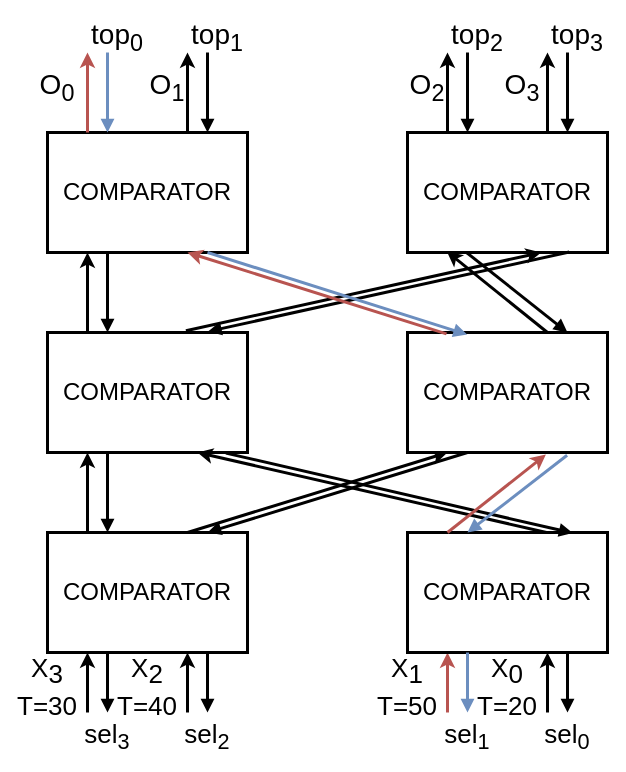
Above: page "Page-1" (1 of 4) of write/figures/sort4.drawio in UM-PCL/biton (draw.io), before the change. Source tidied: cells renumbered, new cells numbered last; positions are measured from the earlier drawing's top-left corner, leaving out a move shared by most shapes. Both pictures are drawn from the tidied source at 100%, with x=0, y=0 at pixel (17, 22).
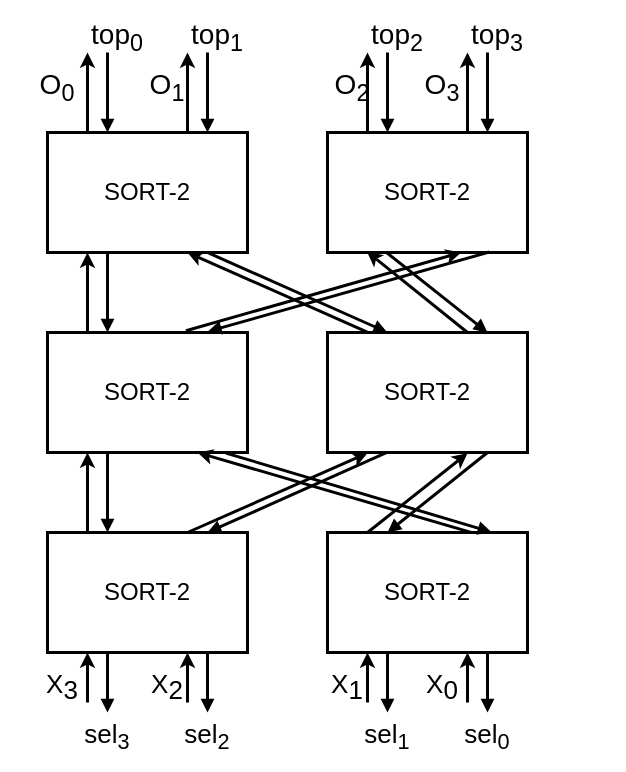
The same page after the edit.

What changed in the source:
```diff
@@
-    <mxCell id="2" value="COMPARATOR" style="rounded=0;whiteSpace=wrap;html=1;strokeWidth=3;fontSize=24;" parent="1" vertex="1">
+    <mxCell id="2" value="SORT-2" style="rounded=0;whiteSpace=wrap;html=1;strokeWidth=3;fontSize=24;" parent="1" vertex="1">
       <mxGeometry x="30" y="310" width="200" height="120" as="geometry" />
     </mxCell>
-    <mxCell id="3" style="rounded=0;orthogonalLoop=1;jettySize=auto;html=1;exitX=0.75;exitY=0;exitDx=0;exitDy=0;entryX=0.25;entryY=1;entryDx=0;entryDy=0;strokeWidth=3;fontSize=24;" parent="1" edge="1">
+    <mxCell id="3" style="rounded=0;jettySize=auto;html=1;exitX=0.75;exitY=0;exitDx=0;exitDy=0;entryX=0.2;entryY=1.005;entryDx=0;entryDy=0;strokeWidth=3;fontSize=24;entryPerimeter=0;" parent="1" edge="1" target="12">
       <mxGeometry relative="1" as="geometry">
         <mxPoint x="170" y="510" as="sourcePoint" />
-        <mxPoint x="430" y="430" as="targetPoint" />
       </mxGeometry>
     </mxCell>
@@
     <mxCell id="5" style="edgeStyle=orthogonalEdgeStyle;rounded=0;orthogonalLoop=1;jettySize=auto;html=1;exitX=0.25;exitY=1;exitDx=0;exitDy=0;startArrow=classic;startFill=1;endArrow=none;endFill=0;strokeWidth=3;fontSize=24;" parent="1" edge="1">
       <mxGeometry relative="1" as="geometry">
         <mxPoint x="70" y="630" as="sourcePoint" />
-        <mxPoint x="70" y="690" as="targetPoint" />
+        <mxPoint x="70" y="680" as="targetPoint" />
       </mxGeometry>
     </mxCell>
     <mxCell id="6" style="edgeStyle=orthogonalEdgeStyle;rounded=0;orthogonalLoop=1;jettySize=auto;html=1;exitX=0.75;exitY=1;exitDx=0;exitDy=0;startArrow=classic;startFill=1;endArrow=none;endFill=0;strokeWidth=3;fontSize=24;" parent="1" edge="1">
       <mxGeometry relative="1" as="geometry">
         <mxPoint x="170" y="630" as="sourcePoint" />
-        <mxPoint x="170" y="690" as="targetPoint" />
+        <mxPoint x="170" y="680" as="targetPoint" />
       </mxGeometry>
     </mxCell>
-    <mxCell id="7" value="COMPARATOR" style="rounded=0;whiteSpace=wrap;html=1;strokeWidth=3;fontSize=24;" parent="1" vertex="1">
+    <mxCell id="7" value="SORT-2" style="rounded=0;whiteSpace=wrap;html=1;strokeWidth=3;fontSize=24;" parent="1" vertex="1">
       <mxGeometry x="30" y="510" width="200" height="120" as="geometry" />
     </mxCell>
-    <mxCell id="8" style="edgeStyle=orthogonalEdgeStyle;rounded=0;orthogonalLoop=1;jettySize=auto;html=1;exitX=0.25;exitY=1;exitDx=0;exitDy=0;startArrow=classic;startFill=1;endArrow=none;endFill=0;fillColor=#e51400;strokeColor=#B85450;strokeWidth=3;fontSize=24;" parent="1" edge="1">
+    <mxCell id="8" style="edgeStyle=orthogonalEdgeStyle;rounded=0;orthogonalLoop=1;jettySize=auto;html=1;exitX=0.25;exitY=1;exitDx=0;exitDy=0;startArrow=classic;startFill=1;endArrow=none;endFill=0;fillColor=#e51400;strokeColor=#000000;strokeWidth=3;fontSize=24;" parent="1" edge="1">
       <mxGeometry relative="1" as="geometry">
-        <mxPoint x="430" y="630" as="sourcePoint" />
-        <mxPoint x="430" y="690" as="targetPoint" />
+        <mxPoint x="350" y="630" as="sourcePoint" />
+        <mxPoint x="350" y="680" as="targetPoint" />
       </mxGeometry>
     </mxCell>
     <mxCell id="9" style="edgeStyle=orthogonalEdgeStyle;rounded=0;orthogonalLoop=1;jettySize=auto;html=1;exitX=0.75;exitY=1;exitDx=0;exitDy=0;startArrow=classic;startFill=1;endArrow=none;endFill=0;strokeWidth=3;fontSize=24;" parent="1" edge="1">
       <mxGeometry relative="1" as="geometry">
-        <mxPoint x="530" y="630" as="sourcePoint" />
-        <mxPoint x="530" y="690" as="targetPoint" />
+        <mxPoint x="450" y="630" as="sourcePoint" />
+        <mxPoint x="450" y="680" as="targetPoint" />
       </mxGeometry>
     </mxCell>
-    <mxCell id="10" value="COMPARATOR" style="rounded=0;whiteSpace=wrap;html=1;strokeWidth=3;fontSize=24;" parent="1" vertex="1">
-      <mxGeometry x="390" y="510" width="200" height="120" as="geometry" />
+    <mxCell id="10" value="SORT-2" style="rounded=0;whiteSpace=wrap;html=1;strokeWidth=3;fontSize=24;" parent="1" vertex="1">
+      <mxGeometry x="310" y="510" width="200" height="120" as="geometry" />
     </mxCell>
-    <mxCell id="11" style="rounded=0;jettySize=auto;html=1;exitX=0.75;exitY=0;exitDx=0;exitDy=0;entryX=0.75;entryY=1;entryDx=0;entryDy=0;strokeWidth=3;fontSize=24;" parent="1" edge="1" target="2">
-      <mxGeometry relative="1" as="geometry">
-        <mxPoint x="529" y="510" as="sourcePoint" />
-      </mxGeometry>
+    <mxCell id="11" style="rounded=0;jettySize=auto;html=1;exitX=0.718;exitY=-0.001;exitDx=0;exitDy=0;entryX=0.75;entryY=1;entryDx=0;entryDy=0;strokeWidth=3;fontSize=24;exitPerimeter=0;" parent="1" edge="1" source="10" target="2">
+      <mxGeometry relative="1" as="geometry" />
     </mxCell>
-    <mxCell id="12" value="COMPARATOR" style="rounded=0;whiteSpace=wrap;html=1;strokeWidth=3;fontSize=24;" parent="1" vertex="1">
-      <mxGeometry x="390" y="310" width="200" height="120" as="geometry" />
+    <mxCell id="12" value="SORT-2" style="rounded=0;whiteSpace=wrap;html=1;strokeWidth=3;fontSize=24;" parent="1" vertex="1">
+      <mxGeometry x="310" y="310" width="200" height="120" as="geometry" />
     </mxCell>
@@
-    <mxCell id="14" value="COMPARATOR" style="rounded=0;whiteSpace=wrap;html=1;strokeWidth=3;fontSize=24;" parent="1" vertex="1">
-      <mxGeometry x="390" y="110" width="200" height="120" as="geometry" />
+    <mxCell id="14" value="SORT-2" style="rounded=0;whiteSpace=wrap;html=1;strokeWidth=3;fontSize=24;" parent="1" vertex="1">
+      <mxGeometry x="310" y="110" width="200" height="120" as="geometry" />
     </mxCell>
-    <mxCell id="15" value="COMPARATOR" style="rounded=0;whiteSpace=wrap;html=1;strokeWidth=3;fontSize=24;" parent="1" vertex="1">
+    <mxCell id="15" value="SORT-2" style="rounded=0;whiteSpace=wrap;html=1;strokeWidth=3;fontSize=24;" parent="1" vertex="1">
       <mxGeometry x="30" y="110" width="200" height="120" as="geometry" />
     </mxCell>
-    <mxCell id="16" style="edgeStyle=orthogonalEdgeStyle;rounded=0;orthogonalLoop=1;jettySize=auto;html=1;exitX=0.25;exitY=0;exitDx=0;exitDy=0;entryX=0.25;entryY=1;entryDx=0;entryDy=0;fillColor=#e51400;strokeColor=#B85450;strokeWidth=3;fontSize=24;" parent="1" edge="1">
+    <mxCell id="16" style="edgeStyle=orthogonalEdgeStyle;rounded=0;orthogonalLoop=1;jettySize=auto;html=1;exitX=0.25;exitY=0;exitDx=0;exitDy=0;entryX=0.25;entryY=1;entryDx=0;entryDy=0;fillColor=#e51400;strokeColor=#000000;strokeWidth=3;fontSize=24;" parent="1" edge="1">
       <mxGeometry relative="1" as="geometry">
         <mxPoint x="70" y="110" as="sourcePoint" />
         <mxPoint x="70" y="30" as="targetPoint" />
       </mxGeometry>
     </mxCell>
@@
     <mxCell id="18" style="edgeStyle=orthogonalEdgeStyle;rounded=0;orthogonalLoop=1;jettySize=auto;html=1;exitX=0.25;exitY=0;exitDx=0;exitDy=0;entryX=0.25;entryY=1;entryDx=0;entryDy=0;strokeWidth=3;fontSize=24;" parent="1" edge="1">
       <mxGeometry relative="1" as="geometry">
-        <mxPoint x="430" y="110" as="sourcePoint" />
-        <mxPoint x="430" y="30" as="targetPoint" />
+        <mxPoint x="350" y="110" as="sourcePoint" />
+        <mxPoint x="350" y="30" as="targetPoint" />
       </mxGeometry>
     </mxCell>
     <mxCell id="19" style="edgeStyle=orthogonalEdgeStyle;rounded=0;orthogonalLoop=1;jettySize=auto;html=1;exitX=0.75;exitY=0;exitDx=0;exitDy=0;entryX=0.75;entryY=1;entryDx=0;entryDy=0;strokeWidth=3;fontSize=24;" parent="1" edge="1">
       <mxGeometry relative="1" as="geometry">
-        <mxPoint x="530" y="110" as="sourcePoint" />
-        <mxPoint x="530" y="30" as="targetPoint" />
+        <mxPoint x="450" y="110" as="sourcePoint" />
+        <mxPoint x="450" y="30" as="targetPoint" />
       </mxGeometry>
     </mxCell>
-    <mxCell id="20" style="rounded=0;orthogonalLoop=1;jettySize=auto;html=1;exitX=0.75;exitY=0;exitDx=0;exitDy=0;entryX=0.25;entryY=1;entryDx=0;entryDy=0;startArrow=block;startFill=1;endArrow=none;endFill=0;strokeWidth=3;fontSize=24;" parent="1" edge="1">
+    <mxCell id="20" style="rounded=0;jettySize=auto;html=1;exitX=0.75;exitY=0;exitDx=0;exitDy=0;entryX=0.3;entryY=0.997;entryDx=0;entryDy=0;startArrow=block;startFill=1;endArrow=none;endFill=0;strokeWidth=3;fontSize=24;entryPerimeter=0;" parent="1" edge="1" target="12">
       <mxGeometry relative="1" as="geometry">
         <mxPoint x="190" y="510" as="sourcePoint" />
-        <mxPoint x="450" y="430" as="targetPoint" />
       </mxGeometry>
     </mxCell>
@@
-    <mxCell id="24" style="rounded=0;jettySize=auto;html=1;exitX=0.826;exitY=0.005;exitDx=0;exitDy=0;entryX=0.892;entryY=1.005;entryDx=0;entryDy=0;startArrow=block;startFill=1;endArrow=none;endFill=0;strokeWidth=3;fontSize=24;entryPerimeter=0;exitPerimeter=0;" parent="1" edge="1" source="10" target="2">
+    <mxCell id="24" style="rounded=0;jettySize=auto;html=1;exitX=0.82;exitY=-0.003;exitDx=0;exitDy=0;entryX=0.892;entryY=1.005;entryDx=0;entryDy=0;startArrow=block;startFill=1;endArrow=none;endFill=0;strokeWidth=3;fontSize=24;entryPerimeter=0;exitPerimeter=0;" parent="1" edge="1" source="10" target="2">
       <mxGeometry relative="1" as="geometry" />
     </mxCell>
-    <mxCell id="25" style="edgeStyle=orthogonalEdgeStyle;rounded=0;orthogonalLoop=1;jettySize=auto;html=1;exitX=0.25;exitY=1;exitDx=0;exitDy=0;startArrow=none;startFill=0;endArrow=block;endFill=1;fillColor=#0050ef;strokeColor=#6C8EBF;strokeWidth=3;fontSize=24;" parent="1" edge="1">
+    <mxCell id="25" style="edgeStyle=orthogonalEdgeStyle;rounded=0;orthogonalLoop=1;jettySize=auto;html=1;exitX=0.25;exitY=1;exitDx=0;exitDy=0;startArrow=none;startFill=0;endArrow=block;endFill=1;fillColor=#0050ef;strokeColor=#000000;strokeWidth=3;fontSize=24;" parent="1" edge="1">
       <mxGeometry relative="1" as="geometry">
-        <mxPoint x="450" y="630" as="sourcePoint" />
-        <mxPoint x="450" y="690" as="targetPoint" />
+        <mxPoint x="370" y="630" as="sourcePoint" />
+        <mxPoint x="370" y="690" as="targetPoint" />
       </mxGeometry>
     </mxCell>
     <mxCell id="26" style="edgeStyle=orthogonalEdgeStyle;rounded=0;orthogonalLoop=1;jettySize=auto;html=1;exitX=0.75;exitY=1;exitDx=0;exitDy=0;startArrow=none;startFill=0;endArrow=block;endFill=1;strokeWidth=3;fontSize=24;" parent="1" edge="1">
       <mxGeometry relative="1" as="geometry">
-        <mxPoint x="550" y="630" as="sourcePoint" />
-        <mxPoint x="550" y="690" as="targetPoint" />
+        <mxPoint x="470" y="630" as="sourcePoint" />
+        <mxPoint x="470" y="690" as="targetPoint" />
       </mxGeometry>
     </mxCell>
@@
-    <mxCell id="28" style="edgeStyle=orthogonalEdgeStyle;rounded=0;orthogonalLoop=1;jettySize=auto;html=1;exitX=0.25;exitY=0;exitDx=0;exitDy=0;entryX=0.25;entryY=1;entryDx=0;entryDy=0;startArrow=block;startFill=1;endArrow=none;endFill=0;fillColor=#0050ef;strokeColor=#6C8EBF;strokeWidth=3;fontSize=24;" parent="1" edge="1">
+    <mxCell id="28" style="edgeStyle=orthogonalEdgeStyle;rounded=0;orthogonalLoop=1;jettySize=auto;html=1;exitX=0.25;exitY=0;exitDx=0;exitDy=0;entryX=0.25;entryY=1;entryDx=0;entryDy=0;startArrow=block;startFill=1;endArrow=none;endFill=0;fillColor=#0050ef;strokeColor=#000000;strokeWidth=3;fontSize=24;" parent="1" edge="1">
       <mxGeometry relative="1" as="geometry">
         <mxPoint x="90" y="110" as="sourcePoint" />
         <mxPoint x="90" y="30" as="targetPoint" />
       </mxGeometry>
     </mxCell>
@@
     <mxCell id="30" style="edgeStyle=orthogonalEdgeStyle;rounded=0;orthogonalLoop=1;jettySize=auto;html=1;exitX=0.25;exitY=0;exitDx=0;exitDy=0;entryX=0.25;entryY=1;entryDx=0;entryDy=0;startArrow=block;startFill=1;endArrow=none;endFill=0;strokeWidth=3;fontSize=24;" parent="1" edge="1">
       <mxGeometry relative="1" as="geometry">
-        <mxPoint x="450" y="110" as="sourcePoint" />
-        <mxPoint x="450" y="30" as="targetPoint" />
+        <mxPoint x="370" y="110" as="sourcePoint" />
+        <mxPoint x="370" y="30" as="targetPoint" />
       </mxGeometry>
     </mxCell>
     <mxCell id="31" style="edgeStyle=orthogonalEdgeStyle;rounded=0;orthogonalLoop=1;jettySize=auto;html=1;exitX=0.75;exitY=0;exitDx=0;exitDy=0;entryX=0.75;entryY=1;entryDx=0;entryDy=0;startArrow=block;startFill=1;endArrow=none;endFill=0;strokeWidth=3;fontSize=24;" parent="1" edge="1">
       <mxGeometry relative="1" as="geometry">
-        <mxPoint x="550" y="110" as="sourcePoint" />
-        <mxPoint x="550" y="30" as="targetPoint" />
+        <mxPoint x="470" y="110" as="sourcePoint" />
+        <mxPoint x="470" y="30" as="targetPoint" />
       </mxGeometry>
     </mxCell>
-    <mxCell id="32" value="X&lt;sub style=&quot;font-size: 26px;&quot;&gt;3&lt;/sub&gt;&lt;br style=&quot;font-size: 26px;&quot;&gt;T=30" style="text;html=1;align=center;verticalAlign=middle;whiteSpace=wrap;rounded=0;fontSize=26;strokeWidth=3;" parent="1" vertex="1">
-      <mxGeometry y="650" width="60" height="30" as="geometry" />
+    <mxCell id="32" value="X&lt;sub style=&quot;font-size: 26px;&quot;&gt;3&lt;/sub&gt;" style="text;html=1;align=center;verticalAlign=middle;whiteSpace=wrap;rounded=0;fontSize=26;strokeWidth=3;" parent="1" vertex="1">
+      <mxGeometry x="30" y="650" width="30" height="30" as="geometry" />
     </mxCell>
@@
-    <mxCell id="34" value="X&lt;sub style=&quot;font-size: 26px;&quot;&gt;2&lt;/sub&gt;&lt;br style=&quot;font-size: 26px;&quot;&gt;T=40" style="text;html=1;align=center;verticalAlign=middle;whiteSpace=wrap;rounded=0;fontSize=26;strokeWidth=3;" parent="1" vertex="1">
-      <mxGeometry x="100" y="650" width="60" height="30" as="geometry" />
+    <mxCell id="34" value="X&lt;sub style=&quot;font-size: 26px;&quot;&gt;2&lt;/sub&gt;" style="text;html=1;align=center;verticalAlign=middle;whiteSpace=wrap;rounded=0;fontSize=26;strokeWidth=3;" parent="1" vertex="1">
+      <mxGeometry x="140" y="650" width="20" height="30" as="geometry" />
     </mxCell>
@@
-    <mxCell id="36" value="X&lt;sub style=&quot;font-size: 26px;&quot;&gt;1&lt;/sub&gt;&lt;br style=&quot;font-size: 26px;&quot;&gt;T=50" style="text;html=1;align=center;verticalAlign=middle;whiteSpace=wrap;rounded=0;fontSize=26;strokeWidth=3;" parent="1" vertex="1">
-      <mxGeometry x="360" y="650" width="60" height="30" as="geometry" />
+    <mxCell id="36" value="X&lt;sub style=&quot;font-size: 26px;&quot;&gt;1&lt;/sub&gt;" style="text;html=1;align=center;verticalAlign=middle;whiteSpace=wrap;rounded=0;fontSize=26;strokeWidth=3;" parent="1" vertex="1">
+      <mxGeometry x="315" y="650" width="30" height="30" as="geometry" />
     </mxCell>
     <mxCell id="37" value="&lt;div style=&quot;font-size: 26px;&quot;&gt;sel&lt;sub&gt;1&lt;/sub&gt;&lt;/div&gt;" style="text;html=1;align=center;verticalAlign=middle;whiteSpace=wrap;rounded=0;fontSize=26;strokeWidth=3;" parent="1" vertex="1">
-      <mxGeometry x="420" y="700" width="60" height="30" as="geometry" />
+      <mxGeometry x="340" y="700" width="60" height="30" as="geometry" />
     </mxCell>
-    <mxCell id="38" value="X&lt;sub style=&quot;font-size: 26px;&quot;&gt;0&lt;/sub&gt;&lt;br style=&quot;font-size: 26px;&quot;&gt;T=20" style="text;html=1;align=center;verticalAlign=middle;whiteSpace=wrap;rounded=0;fontSize=26;strokeWidth=3;" parent="1" vertex="1">
-      <mxGeometry x="460" y="650" width="60" height="30" as="geometry" />
+    <mxCell id="38" value="X&lt;sub style=&quot;font-size: 26px;&quot;&gt;0&lt;/sub&gt;" style="text;html=1;align=center;verticalAlign=middle;whiteSpace=wrap;rounded=0;fontSize=26;strokeWidth=3;" parent="1" vertex="1">
+      <mxGeometry x="410" y="650" width="30" height="30" as="geometry" />
     </mxCell>
     <mxCell id="39" value="&lt;div style=&quot;font-size: 26px;&quot;&gt;sel&lt;sub&gt;0&lt;/sub&gt;&lt;/div&gt;" style="text;html=1;align=center;verticalAlign=middle;whiteSpace=wrap;rounded=0;fontSize=26;strokeWidth=3;" parent="1" vertex="1">
-      <mxGeometry x="520" y="700" width="60" height="30" as="geometry" />
+      <mxGeometry x="440" y="700" width="60" height="30" as="geometry" />
     </mxCell>
@@
     <mxCell id="43" value="O&lt;sub&gt;2&lt;/sub&gt;" style="text;html=1;align=center;verticalAlign=middle;whiteSpace=wrap;rounded=0;fontSize=28;strokeWidth=3;" parent="1" vertex="1">
-      <mxGeometry x="380" y="50" width="60" height="30" as="geometry" />
+      <mxGeometry x="310" y="50" width="50" height="30" as="geometry" />
     </mxCell>
     <mxCell id="44" value="&lt;div style=&quot;font-size: 28px;&quot;&gt;O&lt;sub&gt;3&lt;/sub&gt;&lt;/div&gt;" style="text;html=1;align=center;verticalAlign=middle;whiteSpace=wrap;rounded=0;fontSize=28;strokeWidth=3;" parent="1" vertex="1">
-      <mxGeometry x="475" y="50" width="60" height="30" as="geometry" />
+      <mxGeometry x="395" y="50" width="60" height="30" as="geometry" />
     </mxCell>
@@
     <mxCell id="47" style="rounded=0;jettySize=auto;html=1;exitX=0.75;exitY=0;exitDx=0;exitDy=0;entryX=0.197;entryY=0.992;entryDx=0;entryDy=0;strokeWidth=3;fontSize=24;entryPerimeter=0;" parent="1" edge="1" target="14">
       <mxGeometry relative="1" as="geometry">
-        <mxPoint x="530" y="310" as="sourcePoint" />
+        <mxPoint x="450" y="310" as="sourcePoint" />
       </mxGeometry>
     </mxCell>
     <mxCell id="48" style="rounded=0;jettySize=auto;html=1;exitX=0.75;exitY=0;exitDx=0;exitDy=0;entryX=0.295;entryY=1;entryDx=0;entryDy=0;startArrow=block;startFill=1;endArrow=none;endFill=0;strokeWidth=3;fontSize=24;entryPerimeter=0;" parent="1" edge="1" target="14">
       <mxGeometry relative="1" as="geometry">
-        <mxPoint x="550" y="310" as="sourcePoint" />
+        <mxPoint x="470" y="310" as="sourcePoint" />
       </mxGeometry>
     </mxCell>
-    <mxCell id="49" style="rounded=0;jettySize=auto;html=1;exitX=0.195;exitY=0.011;exitDx=0;exitDy=0;entryX=0.75;entryY=1;entryDx=0;entryDy=0;strokeWidth=3;fontSize=24;exitPerimeter=0;strokeColor=#B85450;" parent="1" edge="1" source="12">
+    <mxCell id="49" style="rounded=0;jettySize=auto;html=1;exitX=0.199;exitY=-0.003;exitDx=0;exitDy=0;entryX=0.75;entryY=1;entryDx=0;entryDy=0;strokeWidth=3;fontSize=24;exitPerimeter=0;strokeColor=#000000;" parent="1" edge="1" source="12">
       <mxGeometry relative="1" as="geometry">
         <mxPoint x="170" y="230" as="targetPoint" />
       </mxGeometry>
     </mxCell>
-    <mxCell id="50" style="rounded=0;jettySize=auto;html=1;exitX=0.298;exitY=0.017;exitDx=0;exitDy=0;entryX=0.75;entryY=1;entryDx=0;entryDy=0;startArrow=block;startFill=1;endArrow=none;endFill=0;strokeWidth=3;fontSize=24;exitPerimeter=0;strokeColor=#6C8EBF;" parent="1" edge="1" source="12">
+    <mxCell id="50" style="rounded=0;jettySize=auto;html=1;exitX=0.298;exitY=-0.002;exitDx=0;exitDy=0;entryX=0.75;entryY=1;entryDx=0;entryDy=0;startArrow=block;startFill=1;endArrow=none;endFill=0;strokeWidth=3;fontSize=24;exitPerimeter=0;strokeColor=#000000;" parent="1" edge="1" source="12">
       <mxGeometry relative="1" as="geometry">
         <mxPoint x="190" y="230" as="targetPoint" />
       </mxGeometry>
     </mxCell>
-    <mxCell id="51" style="rounded=0;jettySize=auto;html=1;exitX=0.25;exitY=0;exitDx=0;exitDy=0;fillColor=#e51400;strokeColor=#B85450;strokeWidth=3;fontSize=24;entryX=0.692;entryY=1.017;entryDx=0;entryDy=0;entryPerimeter=0;" parent="1" edge="1" target="12">
+    <mxCell id="51" style="rounded=0;jettySize=auto;html=1;exitX=0.25;exitY=0;exitDx=0;exitDy=0;fillColor=#e51400;strokeColor=#000000;strokeWidth=3;fontSize=24;entryX=0.7;entryY=1.006;entryDx=0;entryDy=0;entryPerimeter=0;" parent="1" edge="1" target="12">
       <mxGeometry relative="1" as="geometry">
-        <mxPoint x="430" y="510" as="sourcePoint" />
+        <mxPoint x="350" y="510" as="sourcePoint" />
       </mxGeometry>
     </mxCell>
-    <mxCell id="52" style="rounded=0;jettySize=auto;html=1;exitX=0.25;exitY=0;exitDx=0;exitDy=0;startArrow=block;startFill=1;endArrow=none;endFill=0;fillColor=#0050ef;strokeColor=#6C8EBF;strokeWidth=3;fontSize=24;entryX=0.798;entryY=1.023;entryDx=0;entryDy=0;entryPerimeter=0;" parent="1" edge="1" target="12">
+    <mxCell id="52" style="rounded=0;jettySize=auto;html=1;exitX=0.25;exitY=0;exitDx=0;exitDy=0;startArrow=block;startFill=1;endArrow=none;endFill=0;fillColor=#0050ef;strokeColor=#000000;strokeWidth=3;fontSize=24;entryX=0.8;entryY=1;entryDx=0;entryDy=0;entryPerimeter=0;" parent="1" edge="1" target="12">
       <mxGeometry relative="1" as="geometry">
-        <mxPoint x="450" y="510" as="sourcePoint" />
+        <mxPoint x="370" y="510" as="sourcePoint" />
       </mxGeometry>
     </mxCell>
@@
     <mxCell id="54" value="&lt;font style=&quot;font-size: 28px;&quot;&gt;&lt;span style=&quot;font-size: 28px;&quot;&gt;top&lt;/span&gt;&lt;sub&gt;3&lt;br style=&quot;font-size: 28px;&quot;&gt;&lt;/sub&gt;&lt;/font&gt;" style="text;html=1;align=center;verticalAlign=middle;whiteSpace=wrap;rounded=0;fontSize=28;strokeWidth=3;" parent="1" vertex="1">
-      <mxGeometry x="530" width="60" height="30" as="geometry" />
+      <mxGeometry x="450" width="60" height="30" as="geometry" />
     </mxCell>
     <mxCell id="55" value="&lt;font style=&quot;font-size: 28px;&quot;&gt;&lt;span style=&quot;font-size: 28px;&quot;&gt;top&lt;/span&gt;&lt;sub&gt;2&lt;br style=&quot;font-size: 28px;&quot;&gt;&lt;/sub&gt;&lt;/font&gt;" style="text;html=1;align=center;verticalAlign=middle;whiteSpace=wrap;rounded=0;fontSize=28;strokeWidth=3;" parent="1" vertex="1">
-      <mxGeometry x="430" width="60" height="30" as="geometry" />
+      <mxGeometry x="350" width="60" height="30" as="geometry" />
     </mxCell>
```
